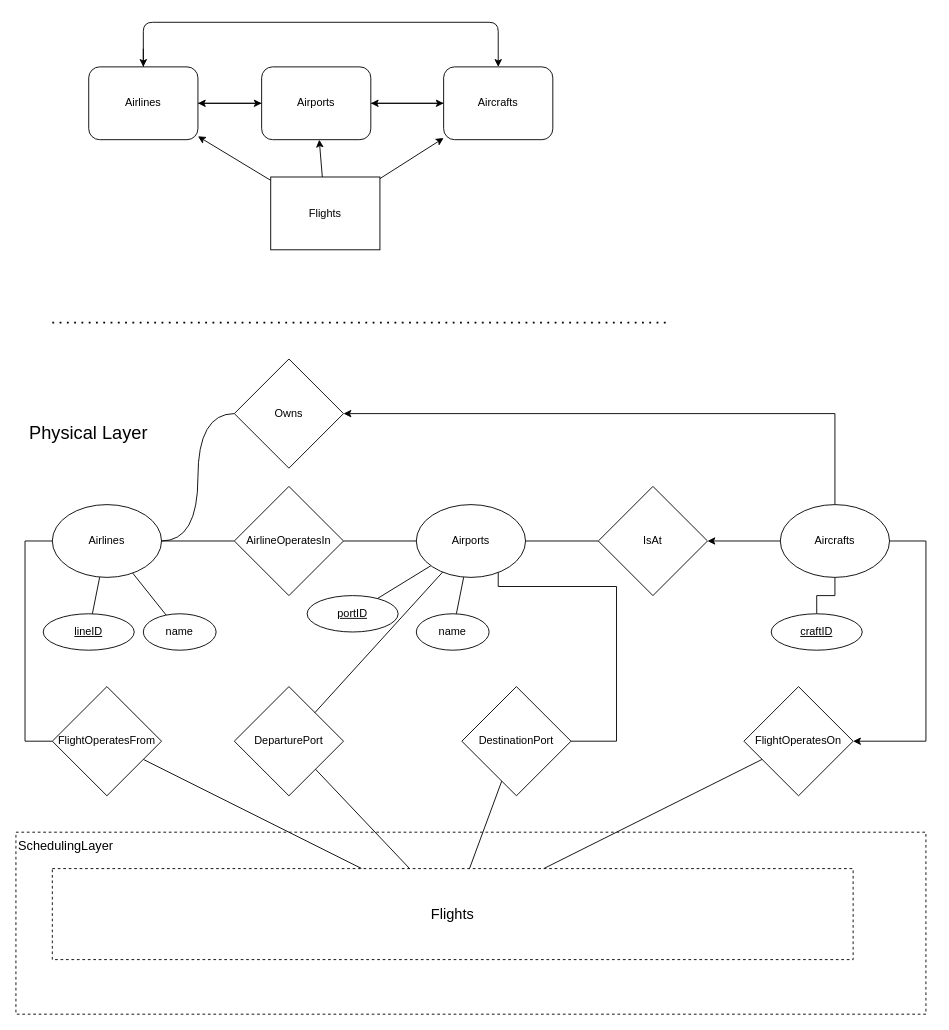
Above: page "PhysicalLayer" (3 of 5) of ERDiagram.drawio in kyle4036/DatabaseManagement2026Project1 (draw.io), before the change. Source tidied: cells renumbered, new cells numbered last; positions are measured from the earlier drawing's top-left corner, leaving out a move shared by most shapes. Both pictures are drawn from the tidied source at 91%, with x=0, y=0 at pixel (15, 22).
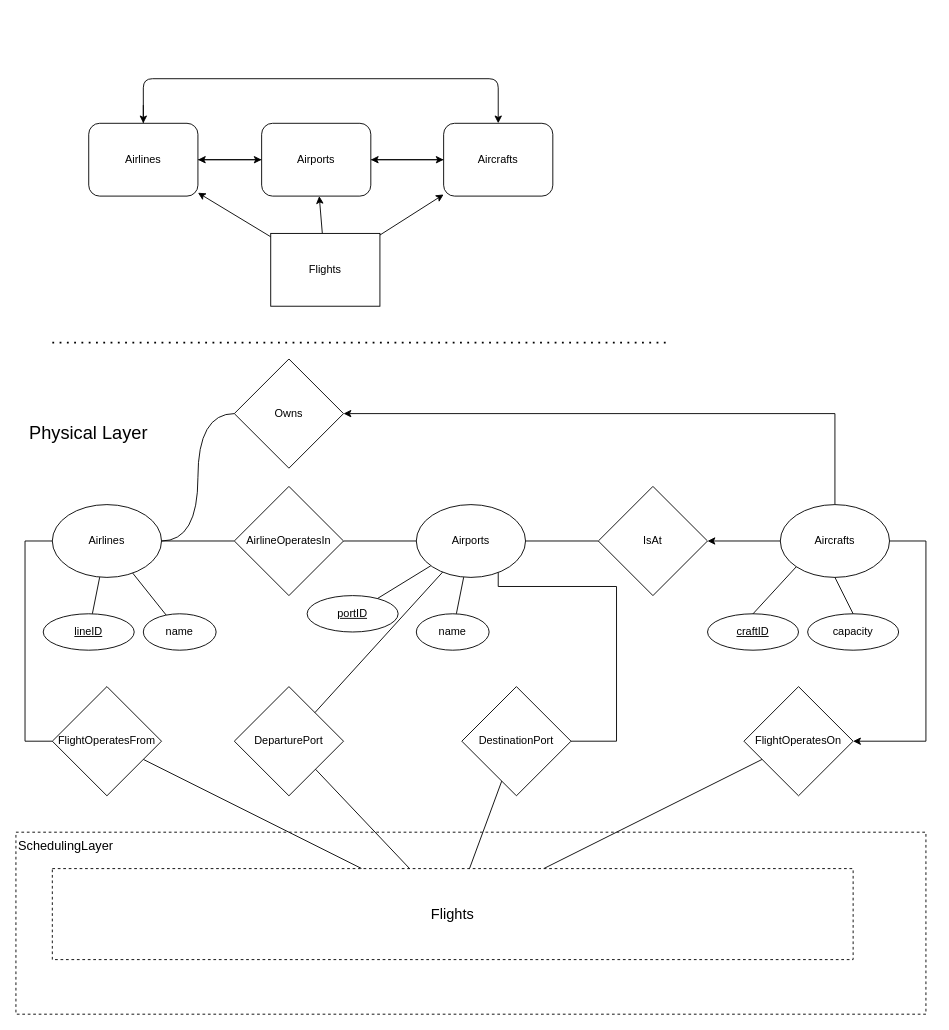
The same page after the edit.

Unchanged cells that the change refers to:
```xml
<mxCell id="26" value="Aircrafts" style="ellipse;whiteSpace=wrap;html=1;" parent="1" vertex="1">
  <mxGeometry x="840" y="530" width="120" height="80" as="geometry" />
</mxCell>
```

Change to the diagram source:
```diff
@@
     <mxCell id="4" style="edgeStyle=orthogonalEdgeStyle;rounded=1;jettySize=auto;html=1;curved=0;" parent="1" edge="1" source="5" target="7">
       <mxGeometry relative="1" as="geometry">
         <Array as="points">
-          <mxPoint x="140" />
-          <mxPoint x="530" />
+          <mxPoint x="140" y="62" />
+          <mxPoint x="530" y="62" />
         </Array>
       </mxGeometry>
     </mxCell>
     <mxCell id="5" value="Airlines" style="whiteSpace=wrap;html=1;rounded=1;" parent="1" vertex="1">
-      <mxGeometry x="80" y="49" width="120" height="80" as="geometry" />
+      <mxGeometry x="80" y="111" width="120" height="80" as="geometry" />
     </mxCell>
@@
     <mxCell id="7" value="Aircrafts" style="whiteSpace=wrap;html=1;rounded=1;" parent="1" vertex="1">
-      <mxGeometry x="470" y="49" width="120" height="80" as="geometry" />
+      <mxGeometry x="470" y="111" width="120" height="80" as="geometry" />
     </mxCell>
@@
     <mxCell id="10" value="Airports" style="whiteSpace=wrap;html=1;rounded=1;" parent="1" vertex="1">
-      <mxGeometry x="270" y="49" width="120" height="80" as="geometry" />
+      <mxGeometry x="270" y="111" width="120" height="80" as="geometry" />
     </mxCell>
     <mxCell id="11" style="endArrow=classic;html=1;rounded=0;" parent="1" edge="1" target="5">
       <mxGeometry relative="1" as="geometry">
-        <mxPoint x="140" y="29" as="sourcePoint" />
+        <mxPoint x="140" y="91" as="sourcePoint" />
       </mxGeometry>
     </mxCell>
@@
-    <mxCell id="22" style="edgeStyle=orthogonalEdgeStyle;rounded=0;jettySize=auto;html=1;endArrow=none;endFill=0;" parent="1" edge="1" source="26" target="53">
-      <mxGeometry relative="1" as="geometry" />
-    </mxCell>
@@
     <mxCell id="27" style="endArrow=none;dashed=1;html=1;dashPattern=1 3;strokeWidth=2;rounded=0;" parent="1" edge="1">
       <mxGeometry relative="1" as="geometry">
-        <mxPoint x="40" y="330" as="sourcePoint" />
-        <mxPoint x="720" y="330" as="targetPoint" />
+        <mxPoint x="40" y="352" as="sourcePoint" />
+        <mxPoint x="720" y="352" as="targetPoint" />
       </mxGeometry>
     </mxCell>
@@
     <mxCell id="37" value="Flights" style="whiteSpace=wrap;html=1;" parent="1" vertex="1">
-      <mxGeometry x="280" y="170" width="120" height="80" as="geometry" />
+      <mxGeometry x="280" y="232" width="120" height="80" as="geometry" />
     </mxCell>
@@
     <mxCell id="53" value="craftID" style="ellipse;whiteSpace=wrap;html=1;align=center;fontStyle=4;" parent="1" vertex="1">
-      <mxGeometry x="830" y="650" width="100" height="40" as="geometry" />
+      <mxGeometry x="760" y="650" width="100" height="40" as="geometry" />
     </mxCell>
+    <mxCell id="54" value="&lt;div&gt;capacity&lt;/div&gt;" style="ellipse;whiteSpace=wrap;html=1;align=center;fontStyle=0;" parent="1" vertex="1">
+      <mxGeometry x="870" y="650" width="100" height="40" as="geometry" />
+    </mxCell>
+    <mxCell id="55" style="rounded=0;jettySize=auto;html=1;endArrow=none;endFill=0;entryX=0.5;entryY=1;entryDx=0;entryDy=0;exitX=0.5;exitY=0;exitDx=0;exitDy=0;" parent="1" edge="1" source="54" target="26">
+      <mxGeometry relative="1" as="geometry" />
+    </mxCell>
+    <mxCell id="56" style="rounded=0;jettySize=auto;html=1;endArrow=none;endFill=0;entryX=0;entryY=1;entryDx=0;entryDy=0;exitX=0.5;exitY=0;exitDx=0;exitDy=0;" parent="1" edge="1" source="53" target="26">
+      <mxGeometry relative="1" as="geometry" />
+    </mxCell>
```
